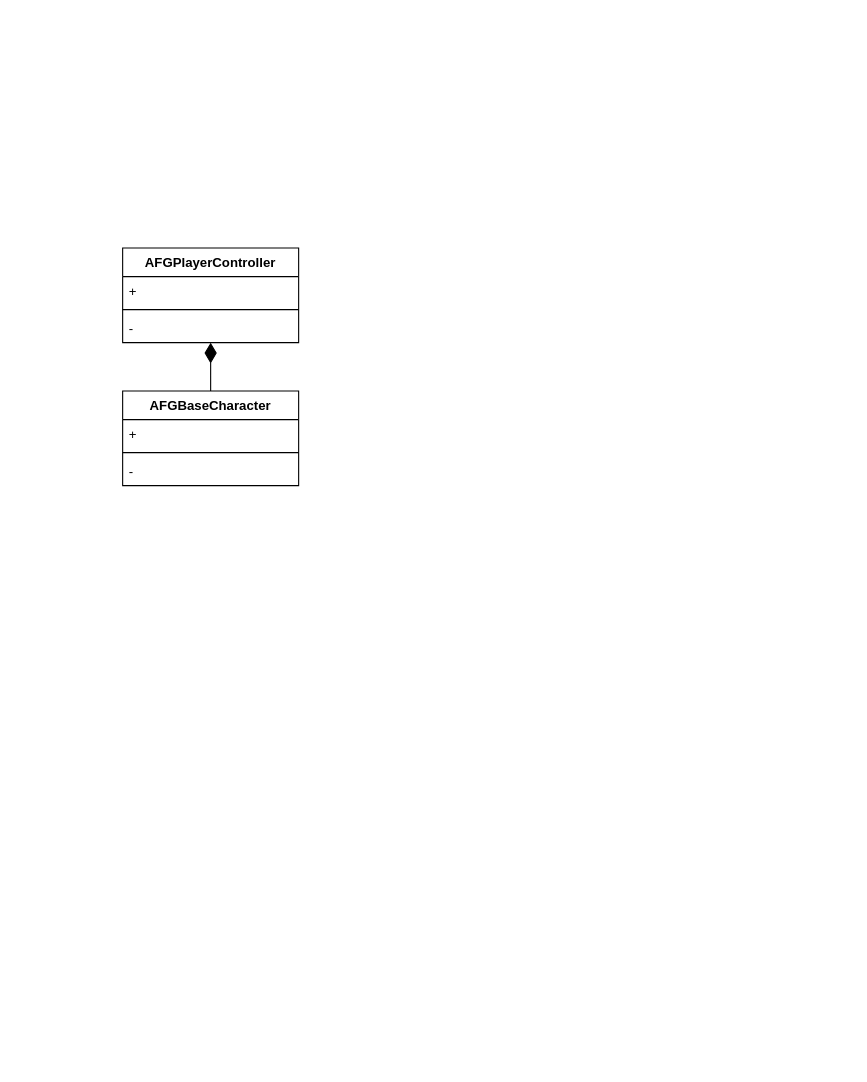
The draw.io diagram Diagrams/First_game_class_diagram.drawio in Dem4ke/FirstUnrealEngineGame, before the edit. Source tidied: cells renumbered, new cells numbered last; positions are measured from the earlier drawing's top-left corner, leaving out a move shared by most shapes. Both pictures are drawn from the tidied source at 110%, with x=0, y=0 at pixel (122, 248).
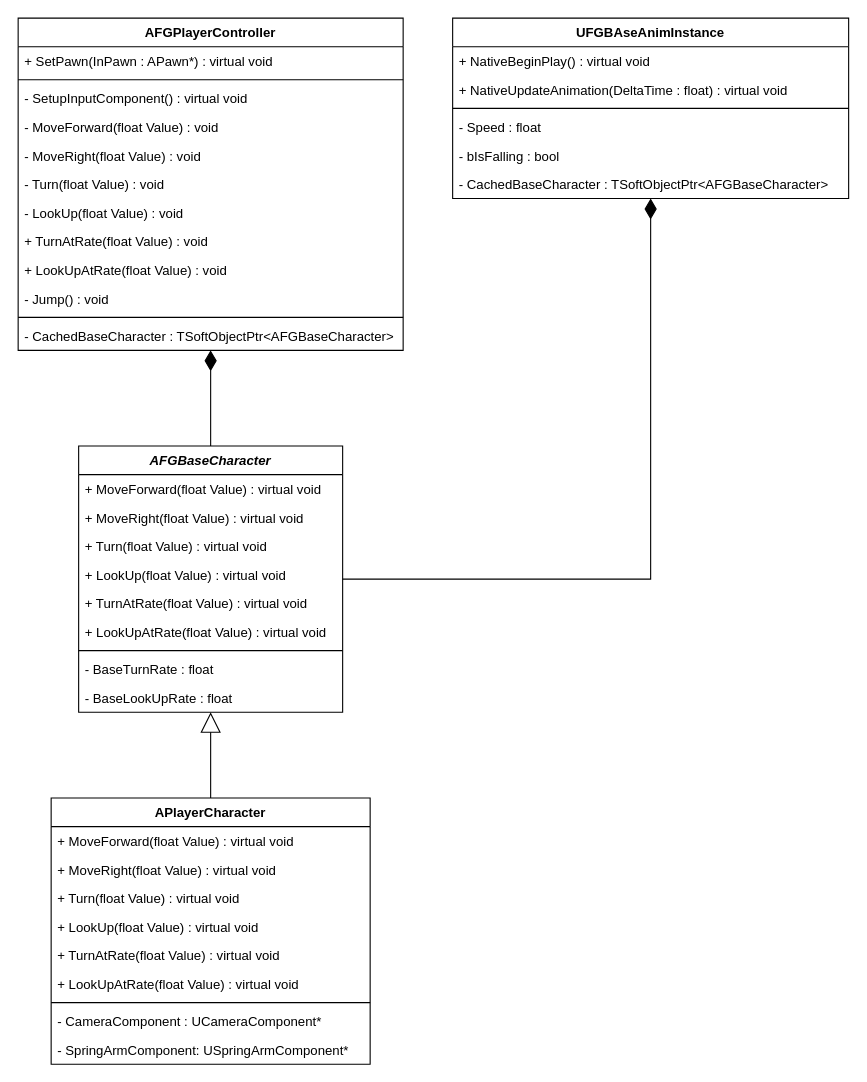
After the change.

The edit, as a diff of the source:
```diff
@@
     <mxCell id="2" value="AFGPlayerController" style="swimlane;fontStyle=1;align=center;verticalAlign=top;horizontal=1;startSize=26;rounded=0;shadow=0;strokeWidth=1;" parent="1" vertex="1">
-      <mxGeometry width="160" height="86" as="geometry" />
+      <mxGeometry x="-95" y="-209" width="350" height="302" as="geometry" />
     </mxCell>
-    <mxCell id="3" value="+" style="text;align=left;verticalAlign=top;spacingLeft=4;spacingRight=4;overflow=hidden;" parent="2" vertex="1">
-      <mxGeometry y="26" width="160" height="26" as="geometry" />
+    <mxCell id="3" value="+ SetPawn(InPawn : APawn*) : virtual void" style="text;align=left;verticalAlign=top;spacingLeft=4;spacingRight=4;overflow=hidden;" parent="2" vertex="1">
+      <mxGeometry y="26" width="350" height="26" as="geometry" />
     </mxCell>
     <mxCell id="4" style="line;html=1;strokeWidth=1;align=left;verticalAlign=middle;spacingTop=-1;spacingLeft=3;spacingRight=3;labelPosition=right;" parent="2" vertex="1">
-      <mxGeometry y="52" width="160" height="8" as="geometry" />
+      <mxGeometry y="52" width="350" height="8" as="geometry" />
     </mxCell>
-    <mxCell id="5" value="-" style="text;align=left;verticalAlign=top;spacingLeft=4;spacingRight=4;overflow=hidden;" parent="2" vertex="1">
-      <mxGeometry y="60" width="160" height="26" as="geometry" />
+    <mxCell id="5" value="- SetupInputComponent() : virtual void" style="text;align=left;verticalAlign=top;spacingLeft=4;spacingRight=4;overflow=hidden;" parent="2" vertex="1">
+      <mxGeometry y="60" width="350" height="26" as="geometry" />
     </mxCell>
+    <mxCell id="11" value="- MoveForward(float Value) : void" style="text;align=left;verticalAlign=top;spacingLeft=4;spacingRight=4;overflow=hidden;" parent="2" vertex="1">
+      <mxGeometry y="86" width="350" height="26" as="geometry" />
+    </mxCell>
+    <mxCell id="12" value="- MoveRight(float Value) : void" style="text;align=left;verticalAlign=top;spacingLeft=4;spacingRight=4;overflow=hidden;" parent="2" vertex="1">
+      <mxGeometry y="112" width="350" height="26" as="geometry" />
+    </mxCell>
+    <mxCell id="13" value="- Turn(float Value) : void" style="text;align=left;verticalAlign=top;spacingLeft=4;spacingRight=4;overflow=hidden;" parent="2" vertex="1">
+      <mxGeometry y="138" width="350" height="26" as="geometry" />
+    </mxCell>
+    <mxCell id="14" value="- LookUp(float Value) : void" style="text;align=left;verticalAlign=top;spacingLeft=4;spacingRight=4;overflow=hidden;" parent="2" vertex="1">
+      <mxGeometry y="164" width="350" height="26" as="geometry" />
+    </mxCell>
+    <mxCell id="15" value="+ TurnAtRate(float Value) : void" style="text;align=left;verticalAlign=top;spacingLeft=4;spacingRight=4;overflow=hidden;" parent="2" vertex="1">
+      <mxGeometry y="190" width="350" height="26" as="geometry" />
+    </mxCell>
+    <mxCell id="16" value="+ LookUpAtRate(float Value) : void" style="text;align=left;verticalAlign=top;spacingLeft=4;spacingRight=4;overflow=hidden;" parent="2" vertex="1">
+      <mxGeometry y="216" width="350" height="26" as="geometry" />
+    </mxCell>
+    <mxCell id="17" value="- Jump() : void" style="text;align=left;verticalAlign=top;spacingLeft=4;spacingRight=4;overflow=hidden;" parent="2" vertex="1">
+      <mxGeometry y="242" width="350" height="26" as="geometry" />
+    </mxCell>
+    <mxCell id="18" style="line;html=1;strokeWidth=1;align=left;verticalAlign=middle;spacingTop=-1;spacingLeft=3;spacingRight=3;labelPosition=right;" parent="2" vertex="1">
+      <mxGeometry y="268" width="350" height="8" as="geometry" />
+    </mxCell>
+    <mxCell id="19" value="- CachedBaseCharacter : TSoftObjectPtr&lt;AFGBaseCharacter&gt;" style="text;align=left;verticalAlign=top;spacingLeft=4;spacingRight=4;overflow=hidden;" parent="2" vertex="1">
+      <mxGeometry y="276" width="350" height="26" as="geometry" />
+    </mxCell>
@@
+    <mxCell id="20" style="edgeStyle=orthogonalEdgeStyle;rounded=0;jettySize=auto;html=1;endArrow=diamondThin;endFill=1;startSize=9;endSize=16;" parent="1" edge="1" source="7" target="41">
+      <mxGeometry relative="1" as="geometry" />
+    </mxCell>
-    <mxCell id="7" value="AFGBaseCharacter" style="swimlane;fontStyle=1;align=center;verticalAlign=top;horizontal=1;startSize=26;rounded=0;shadow=0;strokeWidth=1;" parent="1" vertex="1">
-      <mxGeometry y="130" width="160" height="86" as="geometry" />
+    <mxCell id="7" value="AFGBaseCharacter" style="swimlane;fontStyle=3;align=center;verticalAlign=top;horizontal=1;startSize=26;rounded=0;shadow=0;strokeWidth=1;" parent="1" vertex="1">
+      <mxGeometry x="-40" y="180" width="240" height="242" as="geometry" />
     </mxCell>
-    <mxCell id="8" value="+" style="text;align=left;verticalAlign=top;spacingLeft=4;spacingRight=4;overflow=hidden;" parent="7" vertex="1">
-      <mxGeometry y="26" width="160" height="26" as="geometry" />
-    </mxCell>
-    <mxCell id="9" style="line;html=1;strokeWidth=1;align=left;verticalAlign=middle;spacingTop=-1;spacingLeft=3;spacingRight=3;labelPosition=right;" parent="7" vertex="1">
-      <mxGeometry y="52" width="160" height="8" as="geometry" />
-    </mxCell>
-    <mxCell id="10" value="-" style="text;align=left;verticalAlign=top;spacingLeft=4;spacingRight=4;overflow=hidden;" parent="7" vertex="1">
-      <mxGeometry y="60" width="160" height="26" as="geometry" />
-    </mxCell>
+    <mxCell id="21" value="+ MoveForward(float Value) : virtual void" style="text;align=left;verticalAlign=top;spacingLeft=4;spacingRight=4;overflow=hidden;" parent="7" vertex="1">
+      <mxGeometry y="26" width="240" height="26" as="geometry" />
+    </mxCell>
+    <mxCell id="22" value="+ MoveRight(float Value) : virtual void" style="text;align=left;verticalAlign=top;spacingLeft=4;spacingRight=4;overflow=hidden;" parent="7" vertex="1">
+      <mxGeometry y="52" width="240" height="26" as="geometry" />
+    </mxCell>
+    <mxCell id="23" value="+ Turn(float Value) : virtual void" style="text;align=left;verticalAlign=top;spacingLeft=4;spacingRight=4;overflow=hidden;" parent="7" vertex="1">
+      <mxGeometry y="78" width="240" height="26" as="geometry" />
+    </mxCell>
+    <mxCell id="24" value="+ LookUp(float Value) : virtual void" style="text;align=left;verticalAlign=top;spacingLeft=4;spacingRight=4;overflow=hidden;" parent="7" vertex="1">
+      <mxGeometry y="104" width="240" height="26" as="geometry" />
+    </mxCell>
+    <mxCell id="25" value="+ TurnAtRate(float Value) : virtual void" style="text;align=left;verticalAlign=top;spacingLeft=4;spacingRight=4;overflow=hidden;" parent="7" vertex="1">
+      <mxGeometry y="130" width="240" height="26" as="geometry" />
+    </mxCell>
+    <mxCell id="26" value="+ LookUpAtRate(float Value) : virtual void" style="text;align=left;verticalAlign=top;spacingLeft=4;spacingRight=4;overflow=hidden;" parent="7" vertex="1">
+      <mxGeometry y="156" width="240" height="26" as="geometry" />
+    </mxCell>
+    <mxCell id="27" style="line;html=1;strokeWidth=1;align=left;verticalAlign=middle;spacingTop=-1;spacingLeft=3;spacingRight=3;labelPosition=right;" parent="7" vertex="1">
+      <mxGeometry y="182" width="240" height="8" as="geometry" />
+    </mxCell>
+    <mxCell id="28" value="- BaseTurnRate : float" style="text;align=left;verticalAlign=top;spacingLeft=4;spacingRight=4;overflow=hidden;" parent="7" vertex="1">
+      <mxGeometry y="190" width="240" height="26" as="geometry" />
+    </mxCell>
+    <mxCell id="29" value="- BaseLookUpRate : float" style="text;align=left;verticalAlign=top;spacingLeft=4;spacingRight=4;overflow=hidden;" parent="7" vertex="1">
+      <mxGeometry y="216" width="240" height="26" as="geometry" />
+    </mxCell>
+    <mxCell id="30" style="edgeStyle=orthogonalEdgeStyle;rounded=0;jettySize=auto;html=1;endArrow=block;endFill=0;startSize=7;endSize=16;" parent="1" edge="1" source="31" target="7">
+      <mxGeometry relative="1" as="geometry" />
+    </mxCell>
+    <mxCell id="31" value="APlayerCharacter" style="swimlane;fontStyle=1;align=center;verticalAlign=top;horizontal=1;startSize=26;rounded=0;shadow=0;strokeWidth=1;" parent="1" vertex="1">
+      <mxGeometry x="-65" y="500" width="290" height="242" as="geometry" />
+    </mxCell>
+    <mxCell id="32" value="+ MoveForward(float Value) : virtual void" style="text;align=left;verticalAlign=top;spacingLeft=4;spacingRight=4;overflow=hidden;" parent="31" vertex="1">
+      <mxGeometry y="26" width="290" height="26" as="geometry" />
+    </mxCell>
+    <mxCell id="33" value="+ MoveRight(float Value) : virtual void" style="text;align=left;verticalAlign=top;spacingLeft=4;spacingRight=4;overflow=hidden;" parent="31" vertex="1">
+      <mxGeometry y="52" width="290" height="26" as="geometry" />
+    </mxCell>
+    <mxCell id="34" value="+ Turn(float Value) : virtual void" style="text;align=left;verticalAlign=top;spacingLeft=4;spacingRight=4;overflow=hidden;" parent="31" vertex="1">
+      <mxGeometry y="78" width="290" height="26" as="geometry" />
+    </mxCell>
+    <mxCell id="35" value="+ LookUp(float Value) : virtual void" style="text;align=left;verticalAlign=top;spacingLeft=4;spacingRight=4;overflow=hidden;" parent="31" vertex="1">
+      <mxGeometry y="104" width="290" height="26" as="geometry" />
+    </mxCell>
+    <mxCell id="36" value="+ TurnAtRate(float Value) : virtual void" style="text;align=left;verticalAlign=top;spacingLeft=4;spacingRight=4;overflow=hidden;" parent="31" vertex="1">
+      <mxGeometry y="130" width="290" height="26" as="geometry" />
+    </mxCell>
+    <mxCell id="37" value="+ LookUpAtRate(float Value) : virtual void" style="text;align=left;verticalAlign=top;spacingLeft=4;spacingRight=4;overflow=hidden;" parent="31" vertex="1">
+      <mxGeometry y="156" width="290" height="26" as="geometry" />
+    </mxCell>
+    <mxCell id="38" style="line;html=1;strokeWidth=1;align=left;verticalAlign=middle;spacingTop=-1;spacingLeft=3;spacingRight=3;labelPosition=right;" parent="31" vertex="1">
+      <mxGeometry y="182" width="290" height="8" as="geometry" />
+    </mxCell>
+    <mxCell id="39" value="- CameraComponent : UCameraComponent*" style="text;align=left;verticalAlign=top;spacingLeft=4;spacingRight=4;overflow=hidden;" parent="31" vertex="1">
+      <mxGeometry y="190" width="290" height="26" as="geometry" />
+    </mxCell>
+    <mxCell id="40" value="- SpringArmComponent: USpringArmComponent*" style="text;align=left;verticalAlign=top;spacingLeft=4;spacingRight=4;overflow=hidden;" parent="31" vertex="1">
+      <mxGeometry y="216" width="290" height="26" as="geometry" />
+    </mxCell>
+    <mxCell id="41" value="UFGBAseAnimInstance" style="swimlane;fontStyle=1;align=center;verticalAlign=top;horizontal=1;startSize=26;rounded=0;shadow=0;strokeWidth=1;" parent="1" vertex="1">
+      <mxGeometry x="300" y="-209" width="360" height="164" as="geometry" />
+    </mxCell>
+    <mxCell id="42" value="+ NativeBeginPlay() : virtual void" style="text;align=left;verticalAlign=top;spacingLeft=4;spacingRight=4;overflow=hidden;" parent="41" vertex="1">
+      <mxGeometry y="26" width="360" height="26" as="geometry" />
+    </mxCell>
+    <mxCell id="43" value="+ NativeUpdateAnimation(DeltaTime : float) : virtual void" style="text;align=left;verticalAlign=top;spacingLeft=4;spacingRight=4;overflow=hidden;" parent="41" vertex="1">
+      <mxGeometry y="52" width="360" height="26" as="geometry" />
+    </mxCell>
+    <mxCell id="44" style="line;html=1;strokeWidth=1;align=left;verticalAlign=middle;spacingTop=-1;spacingLeft=3;spacingRight=3;labelPosition=right;" parent="41" vertex="1">
+      <mxGeometry y="78" width="360" height="8" as="geometry" />
+    </mxCell>
+    <mxCell id="45" value="- Speed : float" style="text;align=left;verticalAlign=top;spacingLeft=4;spacingRight=4;overflow=hidden;" parent="41" vertex="1">
+      <mxGeometry y="86" width="360" height="26" as="geometry" />
+    </mxCell>
+    <mxCell id="46" value="- bIsFalling : bool" style="text;align=left;verticalAlign=top;spacingLeft=4;spacingRight=4;overflow=hidden;" parent="41" vertex="1">
+      <mxGeometry y="112" width="360" height="26" as="geometry" />
+    </mxCell>
+    <mxCell id="47" value="- CachedBaseCharacter : TSoftObjectPtr&lt;AFGBaseCharacter&gt;" style="text;align=left;verticalAlign=top;spacingLeft=4;spacingRight=4;overflow=hidden;" parent="41" vertex="1">
+      <mxGeometry y="138" width="360" height="26" as="geometry" />
+    </mxCell>
```
